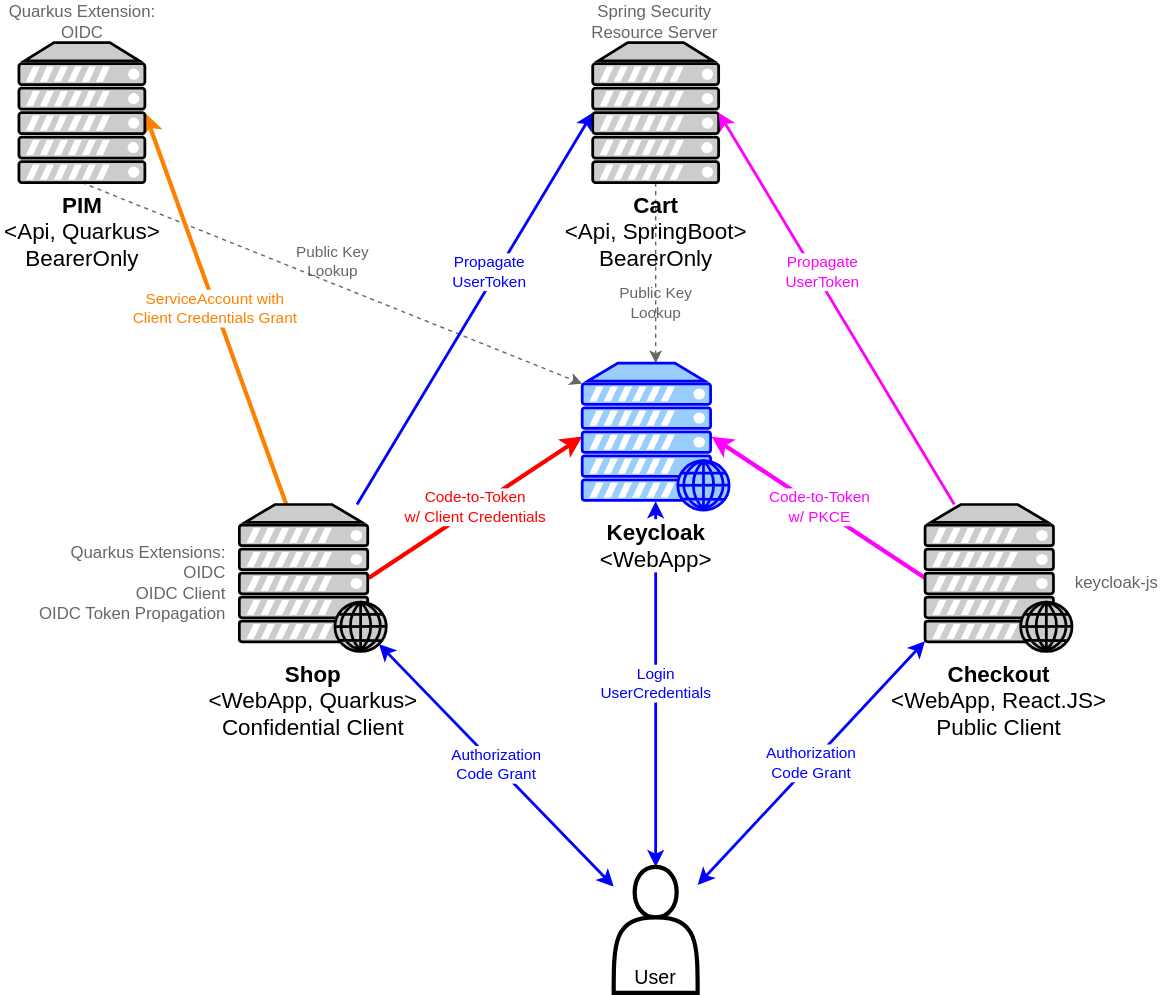
This is architecture.svg from dasniko/keycloak-bookshop-demo, a draw.io export, as it was before one commit. Source tidied: cells renumbered, new cells last; positions are measured from the earlier drawing's top-left corner, leaving out a move shared by most shapes.
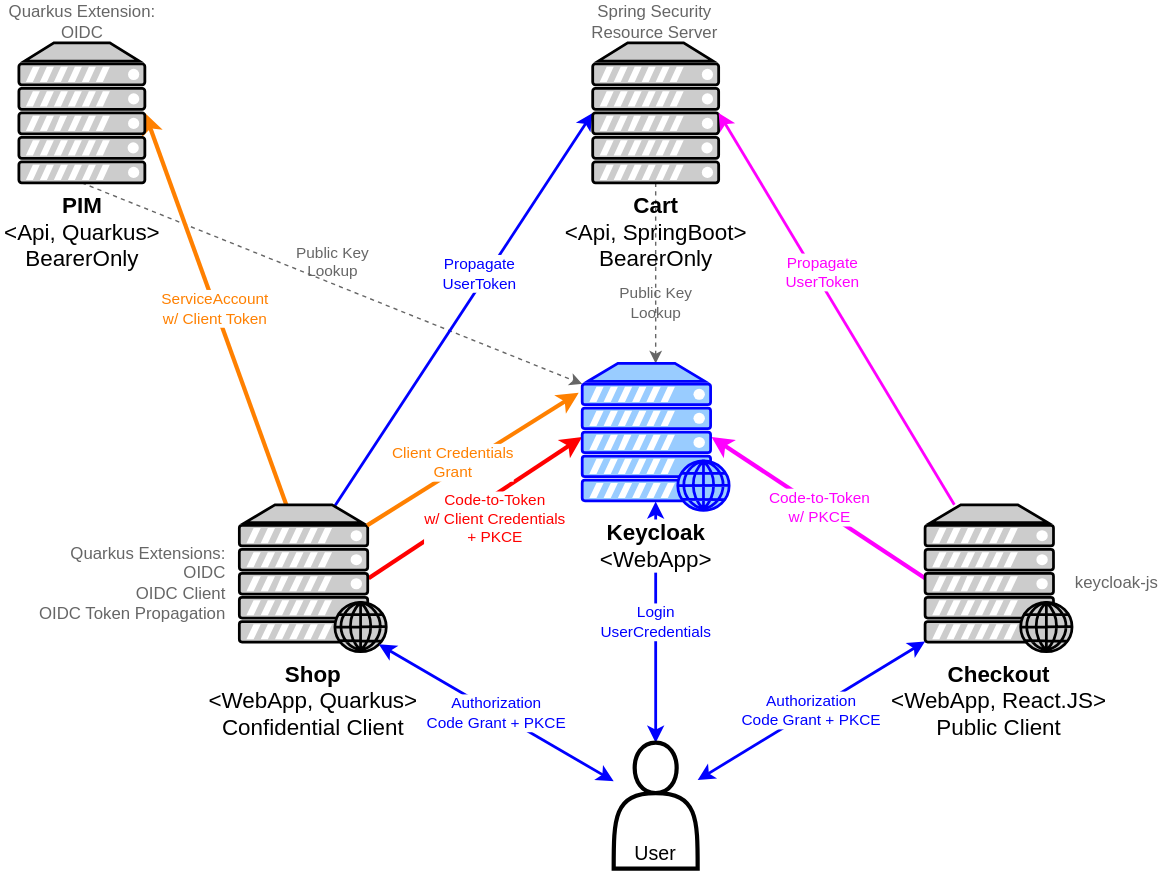
After the change.

Commit message:
adjust architecture overview

Change to the diagram source:
```diff
@@ -8,13 +8,13 @@
     <mxCell id="3" value="Public Key&lt;br&gt;Lookup" style="edgeStyle=none;rounded=0;jettySize=auto;html=1;exitX=0.5;exitY=1;exitDx=0;exitDy=0;exitPerimeter=0;entryX=0;entryY=0.14;entryDx=0;entryDy=0;startArrow=none;startFill=0;strokeWidth=1;dashed=1;strokeColor=#666666;fontColor=#666666;labelBackgroundColor=none;verticalAlign=bottom;entryPerimeter=0;" parent="1" edge="1" source="12" target="21">
       <mxGeometry relative="1" as="geometry" />
     </mxCell>
-    <mxCell id="4" value="Code-to-Token&lt;br&gt;w/ Client Credentials" style="edgeStyle=none;rounded=0;jettySize=auto;html=1;exitX=0.88;exitY=0.5;exitDx=0;exitDy=0;exitPerimeter=0;entryX=0;entryY=0.5;entryDx=0;entryDy=0;strokeWidth=3;startArrow=none;startFill=0;strokeColor=#FF0000;fontColor=#FF0000;labelBackgroundColor=#ffffff;entryPerimeter=0;" parent="1" edge="1" source="7" target="21">
-      <mxGeometry relative="1" as="geometry" />
+    <mxCell id="4" value="Code-to-Token&lt;br&gt;w/ Client Credentials&lt;br&gt;+ PKCE" style="edgeStyle=none;rounded=0;jettySize=auto;html=1;exitX=0.88;exitY=0.5;exitDx=0;exitDy=0;exitPerimeter=0;entryX=0;entryY=0.5;entryDx=0;entryDy=0;strokeWidth=3;startArrow=none;startFill=0;strokeColor=#FF0000;fontColor=#FF0000;labelBackgroundColor=#ffffff;entryPerimeter=0;" parent="1" edge="1" source="7" target="21">
+      <mxGeometry x="0.08" y="-14" relative="1" as="geometry" />
     </mxCell>
-    <mxCell id="5" value="ServiceAccount with&lt;br&gt;Client Credentials Grant" style="edgeStyle=none;rounded=0;jettySize=auto;html=1;entryX=1;entryY=0.5;entryDx=0;entryDy=0;entryPerimeter=0;strokeWidth=3;labelBackgroundColor=#ffffff;fontColor=#FF8000;strokeColor=#FF8000;verticalAlign=middle;labelPosition=center;verticalLabelPosition=middle;align=center;" parent="1" edge="1" source="7" target="12">
+    <mxCell id="5" value="ServiceAccount&lt;br&gt;w/ Client Token" style="edgeStyle=none;rounded=0;jettySize=auto;html=1;entryX=1;entryY=0.5;entryDx=0;entryDy=0;entryPerimeter=0;strokeWidth=3;labelBackgroundColor=#ffffff;fontColor=#FF8000;strokeColor=#FF8000;verticalAlign=middle;labelPosition=center;verticalLabelPosition=middle;align=center;" parent="1" edge="1" source="7" target="12">
       <mxGeometry relative="1" as="geometry" />
     </mxCell>
-    <mxCell id="6" value="Propagate&lt;br&gt;UserToken" style="edgeStyle=none;rounded=0;jettySize=auto;html=1;entryX=0;entryY=0.5;entryDx=0;entryDy=0;entryPerimeter=0;strokeColor=#0000FF;strokeWidth=2;fontColor=#0000FF;labelBackgroundColor=#ffffff;labelPosition=center;verticalLabelPosition=middle;align=center;verticalAlign=middle;" parent="1" edge="1" source="7" target="8">
+    <mxCell id="6" value="Propagate&lt;br&gt;UserToken" style="edgeStyle=none;rounded=0;jettySize=auto;html=1;entryX=0;entryY=0.5;entryDx=0;entryDy=0;entryPerimeter=0;strokeColor=#0000FF;strokeWidth=2;fontColor=#0000FF;labelBackgroundColor=#ffffff;labelPosition=center;verticalLabelPosition=middle;align=center;verticalAlign=middle;exitX=0.643;exitY=0.019;exitDx=0;exitDy=0;exitPerimeter=0;" parent="1" edge="1" source="7" target="8">
       <mxGeometry x="0.17" y="5" relative="1" as="geometry" />
     </mxCell>
     <mxCell id="7" value="Shop&lt;br style=&quot;font-size: 16px&quot;&gt;&lt;span style=&quot;font-weight: normal&quot;&gt;&amp;lt;WebApp, Quarkus&amp;gt;&lt;br&gt;Confidential Client&lt;br&gt;&lt;/span&gt;" style="verticalAlign=top;verticalLabelPosition=bottom;labelPosition=center;align=center;html=1;outlineConnect=0;fillColor=#CCCCCC;gradientColor=none;gradientDirection=north;strokeWidth=2;shape=mxgraph.networks.web_server;fontSize=16;fontStyle=1;fontColor=#000000;strokeColor=#000000;" parent="1" vertex="1">
@@ -38,14 +38,14 @@
     <mxCell id="13" value="Login&lt;br&gt;UserCredentials" style="rounded=0;jettySize=auto;html=1;entryX=0.5;entryY=0.94;entryDx=0;entryDy=0;strokeColor=#0000FF;strokeWidth=2;labelBackgroundColor=#ffffff;fontColor=#0000FF;labelPosition=center;verticalLabelPosition=middle;align=center;verticalAlign=middle;startArrow=classic;startFill=1;entryPerimeter=0;" parent="1" edge="1" source="16" target="21">
       <mxGeometry relative="1" as="geometry" />
     </mxCell>
-    <mxCell id="14" value="Authorization&lt;br&gt;Code Grant" style="edgeStyle=none;rounded=0;jettySize=auto;html=1;entryX=0;entryY=0.93;entryDx=0;entryDy=0;entryPerimeter=0;strokeColor=#0000FF;strokeWidth=2;fontColor=#0000FF;labelBackgroundColor=#ffffff;labelPosition=center;verticalLabelPosition=middle;align=center;verticalAlign=middle;startArrow=classic;startFill=1;" parent="1" edge="1" source="16" target="11">
+    <mxCell id="14" value="Authorization&lt;br&gt;Code Grant + PKCE" style="edgeStyle=none;rounded=0;jettySize=auto;html=1;entryX=0;entryY=0.93;entryDx=0;entryDy=0;entryPerimeter=0;strokeColor=#0000FF;strokeWidth=2;fontColor=#0000FF;labelBackgroundColor=#ffffff;labelPosition=center;verticalLabelPosition=middle;align=center;verticalAlign=middle;startArrow=classic;startFill=1;" parent="1" edge="1" source="16" target="11">
       <mxGeometry relative="1" as="geometry" />
     </mxCell>
-    <mxCell id="15" value="Authorization&lt;br&gt;Code Grant" style="edgeStyle=none;rounded=0;jettySize=auto;html=1;entryX=0.95;entryY=0.95;entryDx=0;entryDy=0;entryPerimeter=0;strokeColor=#0000FF;strokeWidth=2;fontColor=#0000FF;labelBackgroundColor=#ffffff;labelPosition=center;verticalLabelPosition=middle;align=center;verticalAlign=middle;startArrow=classic;startFill=1;" parent="1" edge="1" source="16" target="7">
+    <mxCell id="15" value="Authorization&lt;br&gt;Code Grant + PKCE" style="edgeStyle=none;rounded=0;jettySize=auto;html=1;entryX=0.95;entryY=0.95;entryDx=0;entryDy=0;entryPerimeter=0;strokeColor=#0000FF;strokeWidth=2;fontColor=#0000FF;labelBackgroundColor=#ffffff;labelPosition=center;verticalLabelPosition=middle;align=center;verticalAlign=middle;startArrow=classic;startFill=1;" parent="1" edge="1" source="16" target="7">
       <mxGeometry relative="1" as="geometry" />
     </mxCell>
     <mxCell id="16" value="User" style="shape=actor;whiteSpace=wrap;html=1;fillColor=none;strokeColor=#000000;strokeWidth=3;fontColor=#000000;verticalAlign=bottom;labelPosition=center;verticalLabelPosition=middle;align=center;fontSize=14;" parent="1" vertex="1">
-      <mxGeometry x="437" y="619" width="60" height="90" as="geometry" />
+      <mxGeometry x="437" y="530" width="60" height="90" as="geometry" />
     </mxCell>
     <mxCell id="17" value="Quarkus Extensions:&lt;br style=&quot;font-size: 12px;&quot;&gt;OIDC&lt;br style=&quot;font-size: 12px;&quot;&gt;OIDC Client&lt;br style=&quot;font-size: 12px;&quot;&gt;OIDC Token Propagation" style="text;strokeColor=none;fillColor=none;align=right;verticalAlign=middle;rounded=0;labelBackgroundColor=none;fontSize=12;fontColor=#666666;html=1;whiteSpace=wrap;" parent="1" vertex="1">
       <mxGeometry x="22" y="386.8" width="140" height="57.5" as="geometry" />
@@ -62,5 +62,11 @@
     <mxCell id="21" value="Keycloak&lt;br style=&quot;font-size: 16px&quot;&gt;&lt;span style=&quot;font-weight: normal&quot;&gt;&amp;lt;WebApp&amp;gt;&lt;br&gt;&lt;/span&gt;" style="verticalAlign=top;verticalLabelPosition=bottom;labelPosition=center;align=center;html=1;outlineConnect=0;gradientColor=none;gradientDirection=north;strokeWidth=2;shape=mxgraph.networks.web_server;fontSize=16;fontStyle=1;fontColor=#000000;strokeColor=#0000FF;fillColor=#99CCFF;labelBackgroundColor=#ffffff;" parent="1" vertex="1">
       <mxGeometry x="414.5" y="259" width="105" height="105" as="geometry" />
     </mxCell>
+    <mxCell id="22" value="Client Credentials&lt;br&gt;Grant" style="edgeStyle=none;rounded=0;jettySize=auto;html=1;strokeWidth=3;labelBackgroundColor=#ffffff;fontColor=#FF8000;strokeColor=#FF8000;verticalAlign=middle;labelPosition=center;verticalLabelPosition=middle;align=center;exitX=0.87;exitY=0.14;exitDx=0;exitDy=0;exitPerimeter=0;" parent="1" edge="1" source="7">
+      <mxGeometry x="-0.15" y="5" relative="1" as="geometry">
+        <mxPoint x="412" y="280" as="targetPoint" />
+        <mxPoint x="-1" as="offset" />
+      </mxGeometry>
+    </mxCell>
   </root>
 </mxGraphModel>
```
